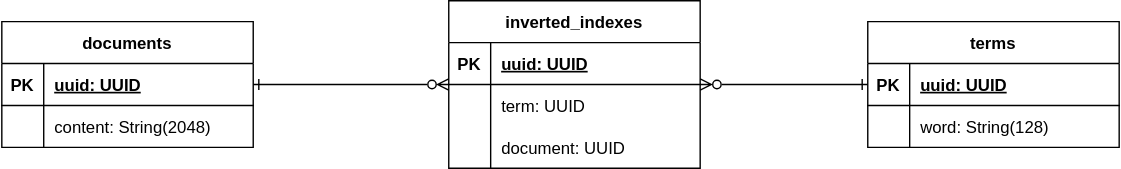
Before: docs/er.drawio.svg, a diagram exported from draw.io (YadaYuki/omochi). Source tidied: cells renumbered, new cells last; positions are measured from the earlier drawing's top-left corner, leaving out a move shared by most shapes.
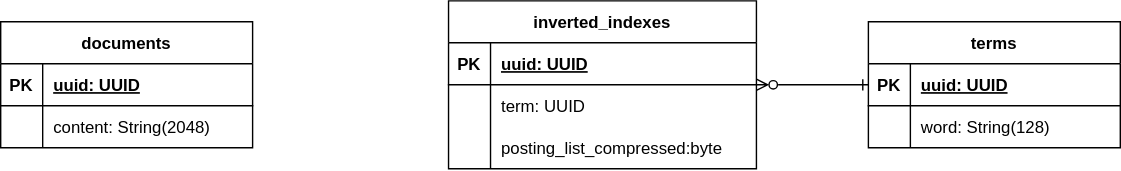
The same file after the commit.

Change to the diagram source:
```diff
@@ -6,34 +6,34 @@
       <mxGeometry relative="1" as="geometry" />
     </mxCell>
     <mxCell id="3" value="inverted_indexes" style="shape=table;startSize=30;rowLines=0;fontStyle=1;align=center;" parent="1" vertex="1">
-      <mxGeometry x="320" width="180" height="120" as="geometry" />
+      <mxGeometry x="320" width="220" height="120" as="geometry" />
     </mxCell>
     <mxCell id="4" style="shape=partialRectangle;fillColor=none;top=0;left=0;bottom=1;right=0;" parent="3" vertex="1">
-      <mxGeometry y="30" width="180" height="30" as="geometry" />
+      <mxGeometry y="30" width="220" height="30" as="geometry" />
     </mxCell>
     <mxCell id="5" value="PK" style="shape=partialRectangle;fillColor=none;top=0;left=0;bottom=0;right=0;fontStyle=1;overflow=hidden;" parent="4" vertex="1">
       <mxGeometry width="30" height="30" as="geometry" />
     </mxCell>
     <mxCell id="6" value="uuid: UUID" style="shape=partialRectangle;fillColor=none;top=0;left=0;bottom=0;right=0;align=left;spacingLeft=6;fontStyle=5;overflow=hidden;" parent="4" vertex="1">
-      <mxGeometry x="30" width="150" height="30" as="geometry" />
+      <mxGeometry x="30" width="190" height="30" as="geometry" />
     </mxCell>
     <mxCell id="7" style="shape=partialRectangle;fillColor=none;top=0;left=0;bottom=0;right=0;" parent="3" vertex="1">
-      <mxGeometry y="60" width="180" height="30" as="geometry" />
+      <mxGeometry y="60" width="220" height="30" as="geometry" />
     </mxCell>
     <mxCell id="8" style="shape=partialRectangle;fillColor=none;top=0;left=0;bottom=0;right=0;overflow=hidden;" parent="7" vertex="1">
       <mxGeometry width="30" height="30" as="geometry" />
     </mxCell>
     <mxCell id="9" value="term: UUID" style="shape=partialRectangle;fillColor=none;top=0;left=0;bottom=0;right=0;align=left;spacingLeft=6;overflow=hidden;" parent="7" vertex="1">
-      <mxGeometry x="30" width="150" height="30" as="geometry" />
+      <mxGeometry x="30" width="190" height="30" as="geometry" />
     </mxCell>
     <mxCell id="10" style="shape=partialRectangle;fillColor=none;top=0;left=0;bottom=0;right=0;" parent="3" vertex="1">
-      <mxGeometry y="90" width="180" height="30" as="geometry" />
+      <mxGeometry y="90" width="220" height="30" as="geometry" />
     </mxCell>
     <mxCell id="11" style="shape=partialRectangle;fillColor=none;top=0;left=0;bottom=0;right=0;overflow=hidden;" parent="10" vertex="1">
       <mxGeometry width="30" height="30" as="geometry" />
     </mxCell>
-    <mxCell id="12" value="document: UUID" style="shape=partialRectangle;fillColor=none;top=0;left=0;bottom=0;right=0;align=left;spacingLeft=6;overflow=hidden;" parent="10" vertex="1">
-      <mxGeometry x="30" width="150" height="30" as="geometry" />
+    <mxCell id="12" value="posting_list_compressed:byte " style="shape=partialRectangle;fillColor=none;top=0;left=0;bottom=0;right=0;align=left;spacingLeft=6;overflow=hidden;" parent="10" vertex="1">
+      <mxGeometry x="30" width="190" height="30" as="geometry" />
     </mxCell>
     <mxCell id="13" value="terms" style="shape=table;startSize=30;rowLines=0;fontStyle=1;align=center;" parent="1" vertex="1">
       <mxGeometry x="620" y="15" width="180" height="90" as="geometry" />
@@ -56,9 +56,6 @@
     <mxCell id="19" value="word: String(128)" style="shape=partialRectangle;fillColor=none;top=0;left=0;bottom=0;right=0;align=left;spacingLeft=6;overflow=hidden;" parent="17" vertex="1">
       <mxGeometry x="30" width="150" height="30" as="geometry" />
     </mxCell>
-    <mxCell id="20" style="edgeStyle=none;html=1;endArrow=ERzeroToMany;endFill=0;strokeColor=default;rounded=1;startArrow=ERone;startFill=0;" parent="1" edge="1" source="21" target="3">
-      <mxGeometry relative="1" as="geometry" />
-    </mxCell>
     <mxCell id="21" value="documents" style="shape=table;startSize=30;rowLines=0;fontStyle=1;align=center;" parent="1" vertex="1">
       <mxGeometry y="15" width="180" height="90" as="geometry" />
     </mxCell>
```
